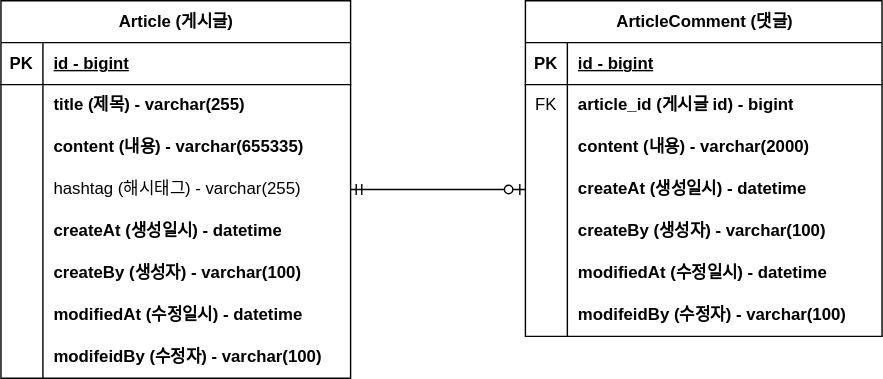
The draw.io diagram document/project-board-erd.drawio.svg in koy1208/fastcampus-project-board, before a commit. Source tidied: cells renumbered, new cells last; positions are measured from the earlier drawing's top-left corner, leaving out a move shared by most shapes.
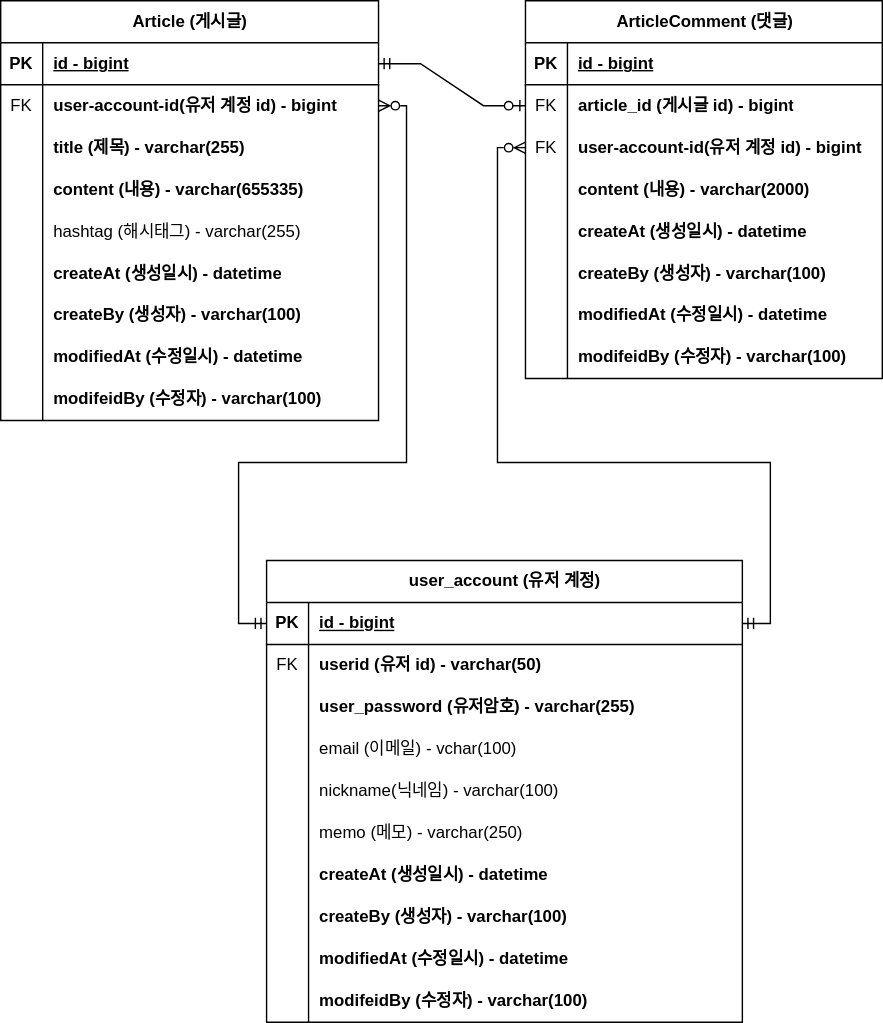
After the commit.

Commit message:
#18 - erd user account 추가

What changed in the source:
```diff
@@ -5,6 +5,6 @@
     <mxCell id="2" value="Article (게시글)" style="shape=table;startSize=30;rowLines=0;fontStyle=1;align=center;html=1;" parent="1" vertex="1">
-      <mxGeometry width="250" height="270" as="geometry" />
+      <mxGeometry width="270" height="300" as="geometry" />
     </mxCell>
     <mxCell id="3" style="shape=tableRow;horizontal=0;startSize=0;swimlaneHead=0;swimlaneBody=0;fillColor=none;points=[[0,0.5],[1,0.5]];portConstraint=eastwest;top=0;left=0;right=0;bottom=1;" parent="2" vertex="1">
-      <mxGeometry y="30" width="250" height="30" as="geometry" />
+      <mxGeometry y="30" width="270" height="30" as="geometry" />
     </mxCell>
@@ -14,15 +14,24 @@
     <mxCell id="5" value="id - bigint" style="shape=partialRectangle;fillColor=none;top=0;left=0;bottom=0;right=0;align=left;spacingLeft=6;fontStyle=5;overflow=hidden;whiteSpace=wrap;html=1;" parent="3" vertex="1">
-      <mxGeometry x="30" width="220" height="30" as="geometry" />
+      <mxGeometry x="30" width="240" height="30" as="geometry" />
     </mxCell>
     <mxCell id="6" style="shape=tableRow;horizontal=0;startSize=0;swimlaneHead=0;swimlaneBody=0;fillColor=none;points=[[0,0.5],[1,0.5]];portConstraint=eastwest;top=0;left=0;right=0;bottom=0;" parent="2" vertex="1">
-      <mxGeometry y="60" width="250" height="30" as="geometry" />
+      <mxGeometry y="60" width="270" height="30" as="geometry" />
     </mxCell>
-    <mxCell id="7" style="shape=partialRectangle;fillColor=none;top=0;left=0;bottom=0;right=0;overflow=hidden;whiteSpace=wrap;html=1;" parent="6" vertex="1">
+    <mxCell id="7" value="FK" style="shape=partialRectangle;fillColor=none;top=0;left=0;bottom=0;right=0;overflow=hidden;whiteSpace=wrap;html=1;" parent="6" vertex="1">
       <mxGeometry width="30" height="30" as="geometry" />
     </mxCell>
-    <mxCell id="8" value="title (제목) - varchar(255)" style="shape=partialRectangle;fillColor=none;top=0;left=0;bottom=0;right=0;align=left;spacingLeft=6;overflow=hidden;whiteSpace=wrap;html=1;fontStyle=1;" parent="6" vertex="1">
-      <mxGeometry x="30" width="220" height="30" as="geometry" />
+    <mxCell id="8" value="user-account-id(유저 계정 id) - bigint" style="shape=partialRectangle;fillColor=none;top=0;left=0;bottom=0;right=0;align=left;spacingLeft=6;overflow=hidden;whiteSpace=wrap;html=1;fontStyle=1;" parent="6" vertex="1">
+      <mxGeometry x="30" width="240" height="30" as="geometry" />
     </mxCell>
+    <mxCell id="50" style="shape=tableRow;horizontal=0;startSize=0;swimlaneHead=0;swimlaneBody=0;fillColor=none;top=0;left=0;right=0;bottom=0;" parent="2" vertex="1">
+      <mxGeometry y="90" width="270" height="30" as="geometry" />
+    </mxCell>
+    <mxCell id="51" style="shape=partialRectangle;fillColor=none;top=0;left=0;bottom=0;right=0;overflow=hidden;whiteSpace=wrap;html=1;" parent="50" vertex="1">
+      <mxGeometry width="30" height="30" as="geometry" />
+    </mxCell>
+    <mxCell id="52" value="title (제목) - varchar(255)" style="shape=partialRectangle;fillColor=none;top=0;left=0;bottom=0;right=0;align=left;spacingLeft=6;overflow=hidden;whiteSpace=wrap;html=1;fontStyle=1;" parent="50" vertex="1">
+      <mxGeometry x="30" width="240" height="30" as="geometry" />
+    </mxCell>
     <mxCell id="9" style="shape=tableRow;horizontal=0;startSize=0;swimlaneHead=0;swimlaneBody=0;fillColor=none;top=0;left=0;right=0;bottom=0;" parent="2" vertex="1">
-      <mxGeometry y="90" width="250" height="30" as="geometry" />
+      <mxGeometry y="120" width="270" height="30" as="geometry" />
     </mxCell>
@@ -32,6 +41,6 @@
     <mxCell id="11" value="content (내용) - varchar(655335)" style="shape=partialRectangle;fillColor=none;top=0;left=0;bottom=0;right=0;align=left;spacingLeft=6;overflow=hidden;whiteSpace=wrap;html=1;fontStyle=1;" parent="9" vertex="1">
-      <mxGeometry x="30" width="220" height="30" as="geometry" />
+      <mxGeometry x="30" width="240" height="30" as="geometry" />
     </mxCell>
     <mxCell id="12" style="shape=tableRow;horizontal=0;startSize=0;swimlaneHead=0;swimlaneBody=0;fillColor=none;points=[[0,0.5],[1,0.5]];portConstraint=eastwest;top=0;left=0;right=0;bottom=0;" parent="2" vertex="1">
-      <mxGeometry y="120" width="250" height="30" as="geometry" />
+      <mxGeometry y="150" width="270" height="30" as="geometry" />
     </mxCell>
@@ -41,6 +50,6 @@
     <mxCell id="14" value="hashtag (해시태그) - varchar(255)" style="shape=partialRectangle;fillColor=none;top=0;left=0;bottom=0;right=0;align=left;spacingLeft=6;overflow=hidden;whiteSpace=wrap;html=1;" parent="12" vertex="1">
-      <mxGeometry x="30" width="220" height="30" as="geometry" />
+      <mxGeometry x="30" width="240" height="30" as="geometry" />
     </mxCell>
     <mxCell id="15" style="shape=tableRow;horizontal=0;startSize=0;swimlaneHead=0;swimlaneBody=0;fillColor=none;top=0;left=0;right=0;bottom=0;" parent="2" vertex="1">
-      <mxGeometry y="150" width="250" height="30" as="geometry" />
+      <mxGeometry y="180" width="270" height="30" as="geometry" />
     </mxCell>
@@ -50,6 +59,6 @@
     <mxCell id="17" value="createAt (생성일시) - datetime" style="shape=partialRectangle;fillColor=none;top=0;left=0;bottom=0;right=0;align=left;spacingLeft=6;overflow=hidden;whiteSpace=wrap;html=1;fontStyle=1;" parent="15" vertex="1">
-      <mxGeometry x="30" width="220" height="30" as="geometry" />
+      <mxGeometry x="30" width="240" height="30" as="geometry" />
     </mxCell>
     <mxCell id="18" style="shape=tableRow;horizontal=0;startSize=0;swimlaneHead=0;swimlaneBody=0;fillColor=none;top=0;left=0;right=0;bottom=0;" parent="2" vertex="1">
-      <mxGeometry y="180" width="250" height="30" as="geometry" />
+      <mxGeometry y="210" width="270" height="30" as="geometry" />
     </mxCell>
@@ -59,6 +68,6 @@
     <mxCell id="20" value="createBy (생성자) - varchar(100)" style="shape=partialRectangle;fillColor=none;top=0;left=0;bottom=0;right=0;align=left;spacingLeft=6;overflow=hidden;whiteSpace=wrap;html=1;fontStyle=1;" parent="18" vertex="1">
-      <mxGeometry x="30" width="220" height="30" as="geometry" />
+      <mxGeometry x="30" width="240" height="30" as="geometry" />
     </mxCell>
     <mxCell id="21" style="shape=tableRow;horizontal=0;startSize=0;swimlaneHead=0;swimlaneBody=0;fillColor=none;top=0;left=0;right=0;bottom=0;" parent="2" vertex="1">
-      <mxGeometry y="210" width="250" height="30" as="geometry" />
+      <mxGeometry y="240" width="270" height="30" as="geometry" />
     </mxCell>
@@ -68,6 +77,6 @@
     <mxCell id="23" value="modifiedAt (수정일시) - datetime" style="shape=partialRectangle;fillColor=none;top=0;left=0;bottom=0;right=0;align=left;spacingLeft=6;overflow=hidden;whiteSpace=wrap;html=1;fontStyle=1;" parent="21" vertex="1">
-      <mxGeometry x="30" width="220" height="30" as="geometry" />
+      <mxGeometry x="30" width="240" height="30" as="geometry" />
     </mxCell>
     <mxCell id="24" style="shape=tableRow;horizontal=0;startSize=0;swimlaneHead=0;swimlaneBody=0;fillColor=none;top=0;left=0;right=0;bottom=0;" parent="2" vertex="1">
-      <mxGeometry y="240" width="250" height="30" as="geometry" />
+      <mxGeometry y="270" width="270" height="30" as="geometry" />
     </mxCell>
@@ -77,6 +86,9 @@
     <mxCell id="26" value="modifeidBy (수정자) - varchar(100)" style="shape=partialRectangle;fillColor=none;top=0;left=0;bottom=0;right=0;align=left;spacingLeft=6;overflow=hidden;whiteSpace=wrap;html=1;fontStyle=1;" parent="24" vertex="1">
-      <mxGeometry x="30" width="220" height="30" as="geometry" />
+      <mxGeometry x="30" width="240" height="30" as="geometry" />
     </mxCell>
+    <mxCell id="49" style="edgeStyle=entityRelationEdgeStyle;fontSize=12;html=1;endArrow=ERzeroToOne;startArrow=ERmandOne;rounded=0;exitX=1;exitY=0.5;exitDx=0;exitDy=0;entryX=0;entryY=0.5;entryDx=0;entryDy=0;" parent="1" edge="1" source="3" target="31">
+      <mxGeometry relative="1" as="geometry" />
+    </mxCell>
     <mxCell id="27" value="ArticleComment (댓글)" style="shape=table;startSize=30;rowLines=0;fontStyle=1;align=center;html=1;" parent="1" vertex="1">
-      <mxGeometry x="375" width="255" height="240" as="geometry" />
+      <mxGeometry x="375" width="255" height="270" as="geometry" />
     </mxCell>
@@ -100,4 +112,13 @@
     </mxCell>
+    <mxCell id="53" style="shape=tableRow;horizontal=0;startSize=0;swimlaneHead=0;swimlaneBody=0;fillColor=none;points=[[0,0.5],[1,0.5]];portConstraint=eastwest;top=0;left=0;right=0;bottom=0;" parent="27" vertex="1">
+      <mxGeometry y="90" width="255" height="30" as="geometry" />
+    </mxCell>
+    <mxCell id="54" value="FK" style="shape=partialRectangle;fillColor=none;top=0;left=0;bottom=0;right=0;overflow=hidden;whiteSpace=wrap;html=1;" parent="53" vertex="1">
+      <mxGeometry width="30" height="30" as="geometry" />
+    </mxCell>
+    <mxCell id="55" value="user-account-id(유저 계정 id) - bigint" style="shape=partialRectangle;fillColor=none;top=0;left=0;bottom=0;right=0;align=left;spacingLeft=6;overflow=hidden;whiteSpace=wrap;html=1;fontStyle=1;" parent="53" vertex="1">
+      <mxGeometry x="30" width="225" height="30" as="geometry" />
+    </mxCell>
     <mxCell id="34" style="shape=tableRow;horizontal=0;startSize=0;swimlaneHead=0;swimlaneBody=0;fillColor=none;top=0;left=0;right=0;bottom=0;" parent="27" vertex="1">
-      <mxGeometry y="90" width="255" height="30" as="geometry" />
+      <mxGeometry y="120" width="255" height="30" as="geometry" />
     </mxCell>
@@ -110,3 +131,3 @@
     <mxCell id="37" style="shape=tableRow;horizontal=0;startSize=0;swimlaneHead=0;swimlaneBody=0;fillColor=none;points=[[0,0.5],[1,0.5]];portConstraint=eastwest;top=0;left=0;right=0;bottom=0;" parent="27" vertex="1">
-      <mxGeometry y="120" width="255" height="30" as="geometry" />
+      <mxGeometry y="150" width="255" height="30" as="geometry" />
     </mxCell>
@@ -119,3 +140,3 @@
     <mxCell id="40" style="shape=tableRow;horizontal=0;startSize=0;swimlaneHead=0;swimlaneBody=0;fillColor=none;top=0;left=0;right=0;bottom=0;" parent="27" vertex="1">
-      <mxGeometry y="150" width="255" height="30" as="geometry" />
+      <mxGeometry y="180" width="255" height="30" as="geometry" />
     </mxCell>
@@ -128,3 +149,3 @@
     <mxCell id="43" style="shape=tableRow;horizontal=0;startSize=0;swimlaneHead=0;swimlaneBody=0;fillColor=none;top=0;left=0;right=0;bottom=0;" parent="27" vertex="1">
-      <mxGeometry y="180" width="255" height="30" as="geometry" />
+      <mxGeometry y="210" width="255" height="30" as="geometry" />
     </mxCell>
@@ -137,3 +158,3 @@
     <mxCell id="46" style="shape=tableRow;horizontal=0;startSize=0;swimlaneHead=0;swimlaneBody=0;fillColor=none;top=0;left=0;right=0;bottom=0;" parent="27" vertex="1">
-      <mxGeometry y="210" width="255" height="30" as="geometry" />
+      <mxGeometry y="240" width="255" height="30" as="geometry" />
     </mxCell>
@@ -145,5 +166,115 @@
     </mxCell>
-    <mxCell id="49" style="edgeStyle=entityRelationEdgeStyle;fontSize=12;html=1;endArrow=ERzeroToOne;startArrow=ERmandOne;rounded=0;exitX=1;exitY=0.5;exitDx=0;exitDy=0;entryX=0;entryY=0.5;entryDx=0;entryDy=0;" parent="1" edge="1" source="12" target="37">
-      <mxGeometry relative="1" as="geometry" />
-    </mxCell>
+    <mxCell id="56" value="user_account (유저 계정)" style="shape=table;startSize=30;rowLines=0;fontStyle=1;align=center;html=1;" parent="1" vertex="1">
+      <mxGeometry x="190" y="400" width="340" height="330" as="geometry" />
+    </mxCell>
+    <mxCell id="57" style="shape=tableRow;horizontal=0;startSize=0;swimlaneHead=0;swimlaneBody=0;fillColor=none;points=[[0,0.5],[1,0.5]];portConstraint=eastwest;top=0;left=0;right=0;bottom=1;" parent="56" vertex="1">
+      <mxGeometry y="30" width="340" height="30" as="geometry" />
+    </mxCell>
+    <mxCell id="58" value="PK" style="shape=partialRectangle;fillColor=none;top=0;left=0;bottom=0;right=0;fontStyle=1;overflow=hidden;whiteSpace=wrap;html=1;" parent="57" vertex="1">
+      <mxGeometry width="30" height="30" as="geometry" />
+    </mxCell>
+    <mxCell id="59" value="id - bigint" style="shape=partialRectangle;fillColor=none;top=0;left=0;bottom=0;right=0;align=left;spacingLeft=6;fontStyle=5;overflow=hidden;whiteSpace=wrap;html=1;" parent="57" vertex="1">
+      <mxGeometry x="30" width="310" height="30" as="geometry" />
+    </mxCell>
+    <mxCell id="60" style="shape=tableRow;horizontal=0;startSize=0;swimlaneHead=0;swimlaneBody=0;fillColor=none;top=0;left=0;right=0;bottom=0;" parent="56" vertex="1">
+      <mxGeometry y="60" width="340" height="30" as="geometry" />
+    </mxCell>
+    <mxCell id="61" value="FK" style="shape=partialRectangle;fillColor=none;top=0;left=0;bottom=0;right=0;overflow=hidden;whiteSpace=wrap;html=1;" parent="60" vertex="1">
+      <mxGeometry width="30" height="30" as="geometry" />
+    </mxCell>
+    <mxCell id="62" value="userid (유저 id) - varchar(50)" style="shape=partialRectangle;fillColor=none;top=0;left=0;bottom=0;right=0;align=left;spacingLeft=6;overflow=hidden;whiteSpace=wrap;html=1;fontStyle=1;" parent="60" vertex="1">
+      <mxGeometry x="30" width="310" height="30" as="geometry" />
+    </mxCell>
+    <mxCell id="63" style="shape=tableRow;horizontal=0;startSize=0;swimlaneHead=0;swimlaneBody=0;fillColor=none;top=0;left=0;right=0;bottom=0;" parent="56" vertex="1">
+      <mxGeometry y="90" width="340" height="30" as="geometry" />
+    </mxCell>
+    <mxCell id="64" style="shape=partialRectangle;fillColor=none;top=0;left=0;bottom=0;right=0;overflow=hidden;whiteSpace=wrap;html=1;" parent="63" vertex="1">
+      <mxGeometry width="30" height="30" as="geometry" />
+    </mxCell>
+    <mxCell id="65" value="user_password (유저암호) - varchar(255)" style="shape=partialRectangle;fillColor=none;top=0;left=0;bottom=0;right=0;align=left;spacingLeft=6;overflow=hidden;whiteSpace=wrap;html=1;fontStyle=1;" parent="63" vertex="1">
+      <mxGeometry x="30" width="310" height="30" as="geometry" />
+    </mxCell>
+    <mxCell id="66" style="shape=tableRow;horizontal=0;startSize=0;swimlaneHead=0;swimlaneBody=0;fillColor=none;top=0;left=0;right=0;bottom=0;" parent="56" vertex="1">
+      <mxGeometry y="120" width="340" height="30" as="geometry" />
+    </mxCell>
+    <mxCell id="67" style="shape=partialRectangle;fillColor=none;top=0;left=0;bottom=0;right=0;overflow=hidden;whiteSpace=wrap;html=1;" parent="66" vertex="1">
+      <mxGeometry width="30" height="30" as="geometry" />
+    </mxCell>
+    <mxCell id="68" value="&lt;span style=&quot;font-weight: normal;&quot;&gt;email (이메일) - vchar(100)&lt;/span&gt;" style="shape=partialRectangle;fillColor=none;top=0;left=0;bottom=0;right=0;align=left;spacingLeft=6;overflow=hidden;whiteSpace=wrap;html=1;fontStyle=1;" parent="66" vertex="1">
+      <mxGeometry x="30" width="310" height="30" as="geometry" />
+    </mxCell>
+    <mxCell id="69" style="shape=tableRow;horizontal=0;startSize=0;swimlaneHead=0;swimlaneBody=0;fillColor=none;top=0;left=0;right=0;bottom=0;" parent="56" vertex="1">
+      <mxGeometry y="150" width="340" height="30" as="geometry" />
+    </mxCell>
+    <mxCell id="70" style="shape=partialRectangle;fillColor=none;top=0;left=0;bottom=0;right=0;overflow=hidden;whiteSpace=wrap;html=1;" parent="69" vertex="1">
+      <mxGeometry width="30" height="30" as="geometry" />
+    </mxCell>
+    <mxCell id="71" value="nickname(닉네임) - varchar(100)" style="shape=partialRectangle;fillColor=none;top=0;left=0;bottom=0;right=0;align=left;spacingLeft=6;overflow=hidden;whiteSpace=wrap;html=1;" parent="69" vertex="1">
+      <mxGeometry x="30" width="310" height="30" as="geometry" />
+    </mxCell>
+    <mxCell id="72" style="shape=tableRow;horizontal=0;startSize=0;swimlaneHead=0;swimlaneBody=0;fillColor=none;top=0;left=0;right=0;bottom=0;" parent="56" vertex="1">
+      <mxGeometry y="180" width="340" height="30" as="geometry" />
+    </mxCell>
+    <mxCell id="73" style="shape=partialRectangle;fillColor=none;top=0;left=0;bottom=0;right=0;overflow=hidden;whiteSpace=wrap;html=1;" parent="72" vertex="1">
+      <mxGeometry width="30" height="30" as="geometry" />
+    </mxCell>
+    <mxCell id="74" value="&lt;span style=&quot;font-weight: normal;&quot;&gt;memo (메모) - varchar(250)&lt;/span&gt;" style="shape=partialRectangle;fillColor=none;top=0;left=0;bottom=0;right=0;align=left;spacingLeft=6;overflow=hidden;whiteSpace=wrap;html=1;fontStyle=1;" parent="72" vertex="1">
+      <mxGeometry x="30" width="310" height="30" as="geometry" />
+    </mxCell>
+    <mxCell id="75" style="shape=tableRow;horizontal=0;startSize=0;swimlaneHead=0;swimlaneBody=0;fillColor=none;top=0;left=0;right=0;bottom=0;" parent="56" vertex="1">
+      <mxGeometry y="210" width="340" height="30" as="geometry" />
+    </mxCell>
+    <mxCell id="76" style="shape=partialRectangle;fillColor=none;top=0;left=0;bottom=0;right=0;overflow=hidden;whiteSpace=wrap;html=1;" parent="75" vertex="1">
+      <mxGeometry width="30" height="30" as="geometry" />
+    </mxCell>
+    <mxCell id="77" value="createAt (생성일시) - datetime" style="shape=partialRectangle;fillColor=none;top=0;left=0;bottom=0;right=0;align=left;spacingLeft=6;overflow=hidden;whiteSpace=wrap;html=1;fontStyle=1;" parent="75" vertex="1">
+      <mxGeometry x="30" width="310" height="30" as="geometry" />
+    </mxCell>
+    <mxCell id="78" style="shape=tableRow;horizontal=0;startSize=0;swimlaneHead=0;swimlaneBody=0;fillColor=none;top=0;left=0;right=0;bottom=0;" parent="56" vertex="1">
+      <mxGeometry y="240" width="340" height="30" as="geometry" />
+    </mxCell>
+    <mxCell id="79" style="shape=partialRectangle;fillColor=none;top=0;left=0;bottom=0;right=0;overflow=hidden;whiteSpace=wrap;html=1;" parent="78" vertex="1">
+      <mxGeometry width="30" height="30" as="geometry" />
+    </mxCell>
+    <mxCell id="80" value="createBy (생성자) - varchar(100)" style="shape=partialRectangle;fillColor=none;top=0;left=0;bottom=0;right=0;align=left;spacingLeft=6;overflow=hidden;whiteSpace=wrap;html=1;fontStyle=1;" parent="78" vertex="1">
+      <mxGeometry x="30" width="310" height="30" as="geometry" />
+    </mxCell>
+    <mxCell id="81" style="shape=tableRow;horizontal=0;startSize=0;swimlaneHead=0;swimlaneBody=0;fillColor=none;top=0;left=0;right=0;bottom=0;" parent="56" vertex="1">
+      <mxGeometry y="270" width="340" height="30" as="geometry" />
+    </mxCell>
+    <mxCell id="82" style="shape=partialRectangle;fillColor=none;top=0;left=0;bottom=0;right=0;overflow=hidden;whiteSpace=wrap;html=1;" parent="81" vertex="1">
+      <mxGeometry width="30" height="30" as="geometry" />
+    </mxCell>
+    <mxCell id="83" value="modifiedAt (수정일시) - datetime" style="shape=partialRectangle;fillColor=none;top=0;left=0;bottom=0;right=0;align=left;spacingLeft=6;overflow=hidden;whiteSpace=wrap;html=1;fontStyle=1;" parent="81" vertex="1">
+      <mxGeometry x="30" width="310" height="30" as="geometry" />
+    </mxCell>
+    <mxCell id="84" style="shape=tableRow;horizontal=0;startSize=0;swimlaneHead=0;swimlaneBody=0;fillColor=none;top=0;left=0;right=0;bottom=0;" parent="56" vertex="1">
+      <mxGeometry y="300" width="340" height="30" as="geometry" />
+    </mxCell>
+    <mxCell id="85" style="shape=partialRectangle;fillColor=none;top=0;left=0;bottom=0;right=0;overflow=hidden;whiteSpace=wrap;html=1;" parent="84" vertex="1">
+      <mxGeometry width="30" height="30" as="geometry" />
+    </mxCell>
+    <mxCell id="86" value="modifeidBy (수정자) - varchar(100)" style="shape=partialRectangle;fillColor=none;top=0;left=0;bottom=0;right=0;align=left;spacingLeft=6;overflow=hidden;whiteSpace=wrap;html=1;fontStyle=1;" parent="84" vertex="1">
+      <mxGeometry x="30" width="310" height="30" as="geometry" />
+    </mxCell>
+    <mxCell id="87" style="edgeStyle=orthogonalEdgeStyle;rounded=0;jettySize=auto;html=1;exitX=0;exitY=0.5;exitDx=0;exitDy=0;entryX=1;entryY=0.5;entryDx=0;entryDy=0;endArrow=ERzeroToMany;endFill=0;startArrow=ERmandOne;startFill=0;" parent="1" edge="1" source="57" target="6">
+      <mxGeometry relative="1" as="geometry">
+        <Array as="points">
+          <mxPoint x="170" y="445" />
+          <mxPoint x="170" y="330" />
+          <mxPoint x="290" y="330" />
+          <mxPoint x="290" y="75" />
+        </Array>
+      </mxGeometry>
+    </mxCell>
+    <mxCell id="88" style="edgeStyle=orthogonalEdgeStyle;rounded=0;jettySize=auto;html=1;exitX=1;exitY=0.5;exitDx=0;exitDy=0;entryX=0;entryY=0.5;entryDx=0;entryDy=0;startArrow=ERmandOne;startFill=0;endArrow=ERzeroToMany;endFill=0;" parent="1" edge="1" source="57" target="53">
+      <mxGeometry relative="1" as="geometry">
+        <Array as="points">
+          <mxPoint x="550" y="445" />
+          <mxPoint x="550" y="330" />
+          <mxPoint x="355" y="330" />
+          <mxPoint x="355" y="105" />
+        </Array>
+      </mxGeometry>
+    </mxCell>
   </root>
```
